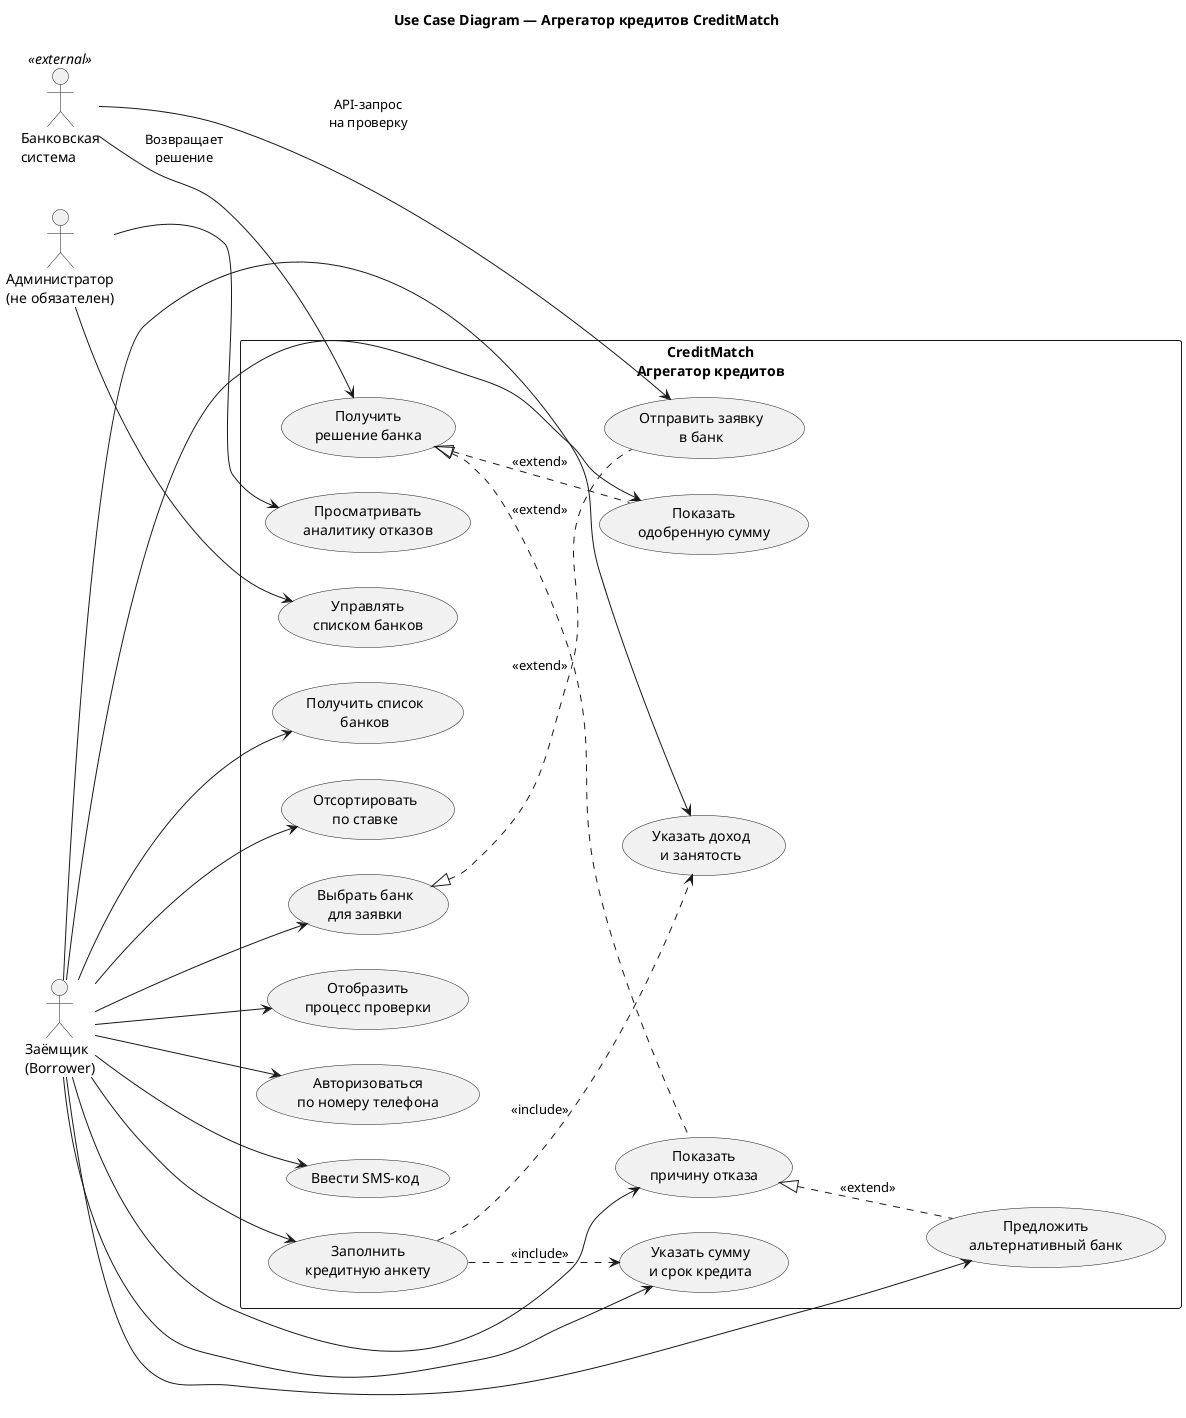
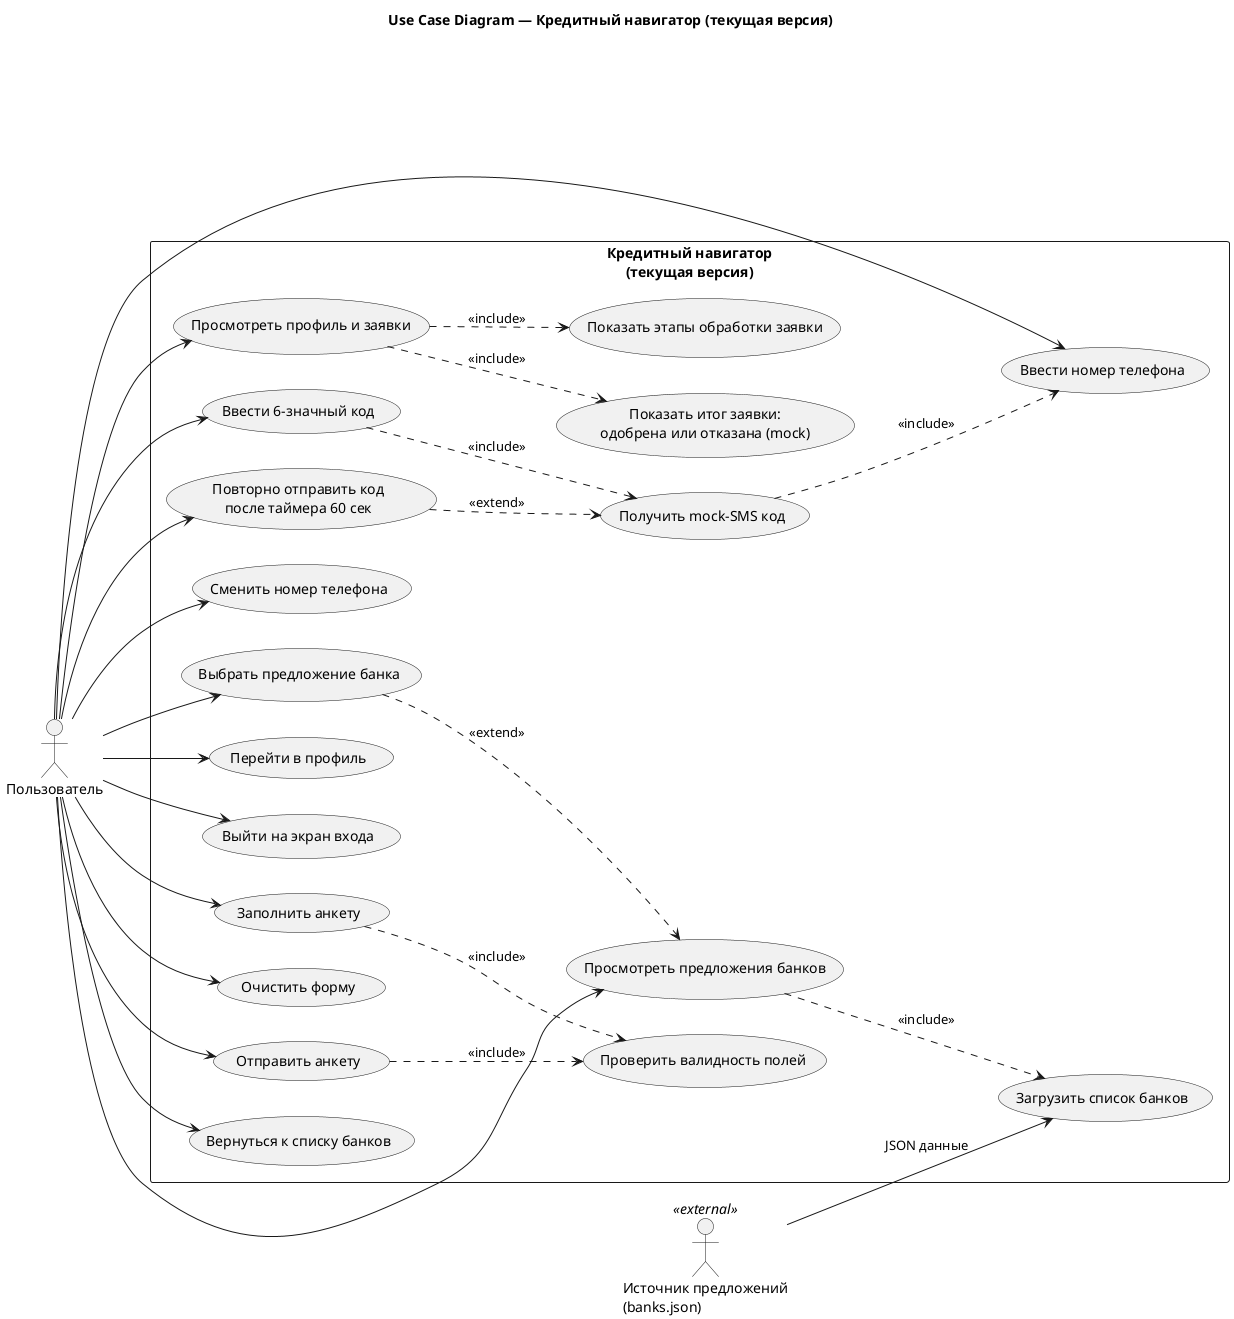
@startuml
- ' Use Case Diagram для агрегатора кредитов
- ' Акторы: Заёмщик, Банк (внешняя система), Админ (опционально)
+ ' Use Case Diagram для текущей реализации сайта

left to right direction
skinparam packageStyle rectangle

- actor "Заёмщик\n(Borrower)" as User
- actor "Банковская\nсистема" as BankSystem <<external>>
- actor "Администратор\n(не обязателен)" as Admin
+ actor "Пользователь" as User
+ actor "Источник предложений\n(banks.json)" as BanksData <<external>>

- rectangle "CreditMatch\nАгрегатор кредитов" {
+ rectangle "Кредитный навигатор\n(текущая версия)" {

-   ' Блок авторизации
-   usecase "Авторизоваться\nпо номеру телефона" as UC_Auth
-   usecase "Ввести SMS-код" as UC_OTP
+   ' Авторизация (index.html)
+   usecase "Ввести номер телефона" as UC_EnterPhone
+   usecase "Получить mock-SMS код" as UC_GetCode
+   usecase "Ввести 6-значный код" as UC_EnterOtp
+   usecase "Повторно отправить код\nпосле таймера 60 сек" as UC_Resend
+   usecase "Сменить номер телефона" as UC_ChangePhone

-   ' Блок анкеты
-   usecase "Заполнить\nкредитную анкету" as UC_Form
-   usecase "Указать сумму\nи срок кредита" as UC_LoanParams
-   usecase "Указать доход\nи занятость" as UC_Income
+   ' Список банков (banklist.html)
+   usecase "Загрузить список банков" as UC_LoadBanks
+   usecase "Просмотреть предложения банков" as UC_ViewBanks
+   usecase "Выбрать предложение банка" as UC_SelectBank
+   usecase "Перейти в профиль" as UC_OpenProfile
+   usecase "Выйти на экран входа" as UC_Logout

-   ' Блок подбора
-   usecase "Получить список\nбанков" as UC_List
-   usecase "Отсортировать\nпо ставке" as UC_Sort
-   usecase "Выбрать банк\nдля заявки" as UC_SelectBank
+   ' Анкета (application-form.html)
+   usecase "Заполнить анкету" as UC_FillForm
+   usecase "Проверить валидность полей" as UC_ValidateForm
+   usecase "Очистить форму" as UC_ResetForm
+   usecase "Отправить анкету" as UC_SubmitForm
+   usecase "Вернуться к списку банков" as UC_BackToBanks

-   ' Блок обработки
-   usecase "Отправить заявку\nв банк" as UC_SendToBank
-   usecase "Отобразить\nпроцесс проверки" as UC_Loading
-   usecase "Получить\nрешение банка" as UC_Decision
- 
-   ' Блок результата
-   usecase "Показать\nодобренную сумму" as UC_Success
-   usecase "Показать\nпричину отказа" as UC_Reject
-   usecase "Предложить\nальтернативный банк" as UC_Alternative
- 
-   ' Админ-функции
-   usecase "Управлять\nсписком банков" as UC_AdminBanks
-   usecase "Просматривать\nаналитику отказов" as UC_Analytics
+   ' Профиль (result.html)
+   usecase "Просмотреть профиль и заявки" as UC_ViewProfile
+   usecase "Показать этапы обработки заявки" as UC_ShowSteps
+   usecase "Показать итог заявки:\nодобрена или отказана (mock)" as UC_ShowResult
}

' Связи пользователя
- User --> UC_Auth
- User --> UC_OTP
- User --> UC_Form
- User --> UC_LoanParams
- User --> UC_Income
- User --> UC_List
- User --> UC_Sort
+ User --> UC_EnterPhone
+ User --> UC_EnterOtp
+ User --> UC_Resend
+ User --> UC_ChangePhone
+ 
+ User --> UC_ViewBanks
User --> UC_SelectBank
- User --> UC_Loading
- User --> UC_Success
- User --> UC_Reject
- User --> UC_Alternative
+ User --> UC_OpenProfile
+ User --> UC_Logout

- ' Связи с внешней системой банка
- BankSystem --> UC_SendToBank : "API-запрос\nна проверку"
- BankSystem --> UC_Decision : "Возвращает\nрешение"
+ User --> UC_FillForm
+ User --> UC_ResetForm
+ User --> UC_SubmitForm
+ User --> UC_BackToBanks

- ' Админ (опционально)
- Admin --> UC_AdminBanks
- Admin --> UC_Analytics
+ User --> UC_ViewProfile

- ' Отношения включения (include) и расширения (extend)
+ ' Внешний источник данных
+ BanksData --> UC_LoadBanks : JSON данные

- ' Анкета включает в себя ввод параметров
- UC_Form ..> UC_LoanParams : <<include>>
- UC_Form ..> UC_Income : <<include>>
+ ' include / extend
+ UC_GetCode ..> UC_EnterPhone : <<include>>
+ UC_EnterOtp ..> UC_GetCode : <<include>>
+ UC_Resend ..> UC_GetCode : <<extend>>

- ' Успех и отказ расширяют решение банка
- UC_Decision <|.. UC_Success : <<extend>>
- UC_Decision <|.. UC_Reject : <<extend>>
+ UC_ViewBanks ..> UC_LoadBanks : <<include>>
+ UC_SelectBank ..> UC_ViewBanks : <<extend>>

- ' Альтернативный банк расширяет отказ
- UC_Reject <|.. UC_Alternative : <<extend>>
+ UC_FillForm ..> UC_ValidateForm : <<include>>
+ UC_SubmitForm ..> UC_ValidateForm : <<include>>

- ' Отправка в банк расширяет выбор банка
- UC_SelectBank <|.. UC_SendToBank : <<extend>>
+ UC_ViewProfile ..> UC_ShowSteps : <<include>>
+ UC_ViewProfile ..> UC_ShowResult : <<include>>

- title Use Case Diagram — Агрегатор кредитов CreditMatch
+ title Use Case Diagram — Кредитный навигатор (текущая версия)
@enduml